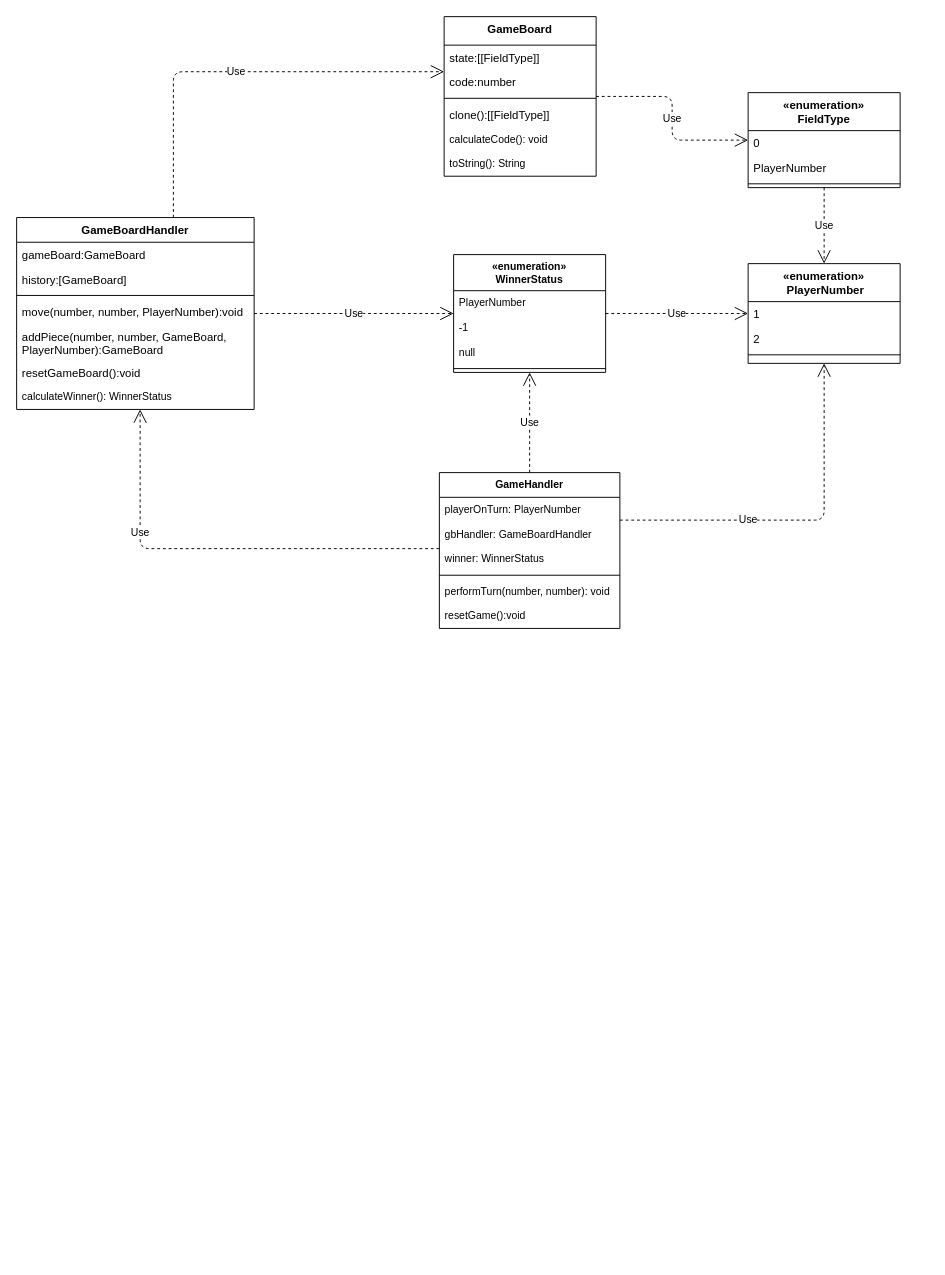
This is ProductBacklog/Klassendiagramme/Aktuell.drawio from idlaviV/TIKTacToe, a draw.io file, before an edit. Source tidied: cells renumbered, new cells numbered last; positions are measured from the earlier drawing's top-left corner, leaving out a move shared by most shapes. Both pictures are drawn from the tidied source at 95%, with x=0, y=0 at pixel (16, 16).
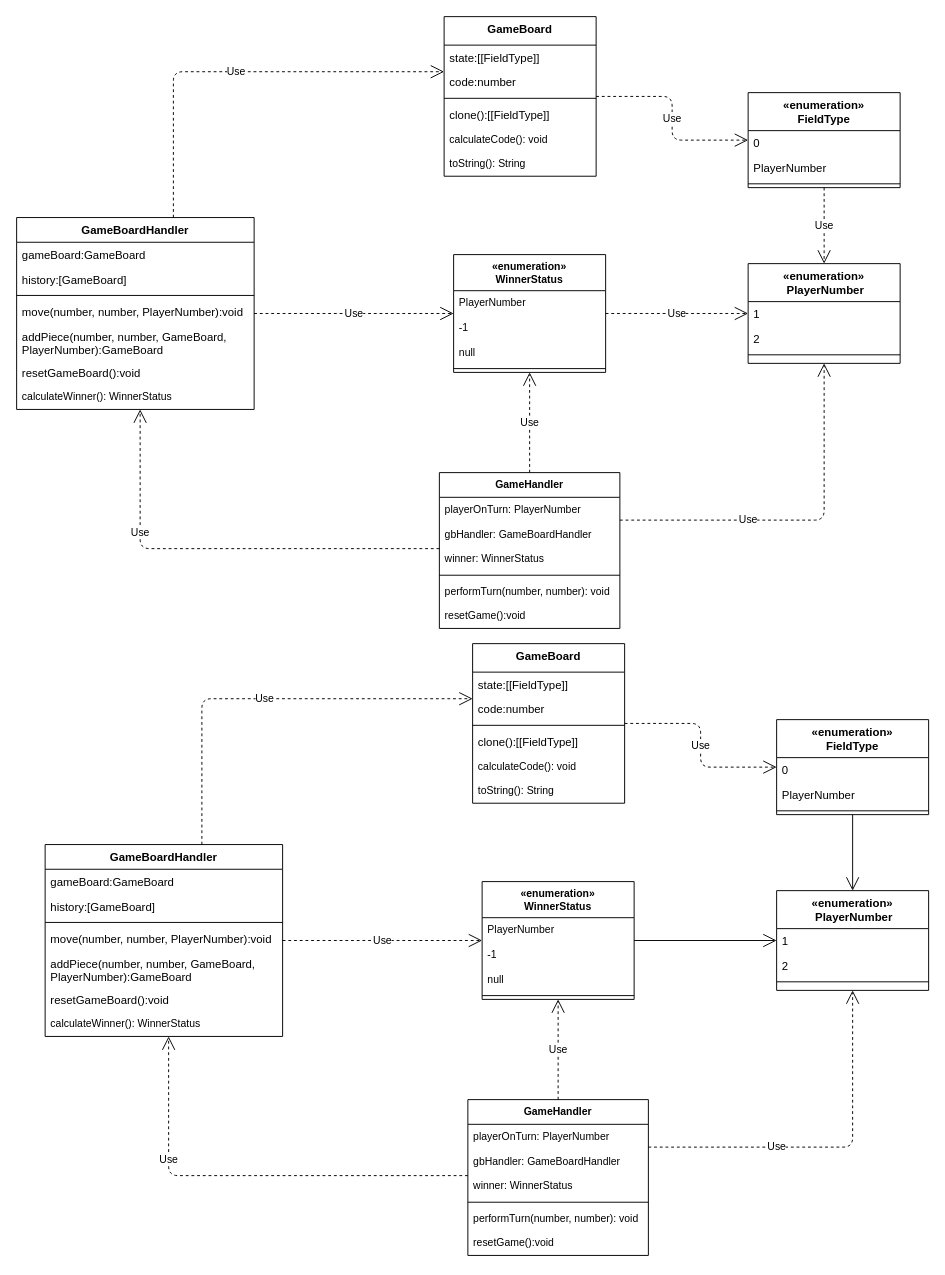
Above is the later version.

The edit, as a diff of the source:
```diff
@@
+    <mxCell id="45" value="GameBoard" style="swimlane;fontStyle=1;align=center;verticalAlign=top;horizontal=1;startSize=30;rounded=0;shadow=0;strokeWidth=1;" parent="1" vertex="1">
+      <mxGeometry x="480" y="660" width="160" height="168" as="geometry" />
+    </mxCell>
+    <mxCell id="46" value="state:[[FieldType]]" style="text;align=left;verticalAlign=top;spacingLeft=4;spacingRight=4;overflow=hidden;" parent="45" vertex="1">
+      <mxGeometry y="30" width="160" height="26" as="geometry" />
+    </mxCell>
+    <mxCell id="47" value="code:number" style="text;align=left;verticalAlign=top;spacingLeft=4;spacingRight=4;overflow=hidden;rounded=0;shadow=0;html=0;" parent="45" vertex="1">
+      <mxGeometry y="56" width="160" height="26" as="geometry" />
+    </mxCell>
+    <mxCell id="48" style="line;html=1;strokeWidth=1;align=left;verticalAlign=middle;spacingTop=-1;spacingLeft=3;spacingRight=3;labelPosition=right;" parent="45" vertex="1">
+      <mxGeometry y="82" width="160" height="8" as="geometry" />
+    </mxCell>
+    <mxCell id="49" value="clone():[[FieldType]]" style="text;align=left;verticalAlign=top;spacingLeft=4;spacingRight=4;overflow=hidden;fontStyle=0;" parent="45" vertex="1">
+      <mxGeometry y="90" width="160" height="26" as="geometry" />
+    </mxCell>
+    <mxCell id="50" value="calculateCode(): void" style="text;strokeColor=none;fillColor=none;align=left;verticalAlign=top;spacingLeft=4;spacingRight=4;overflow=hidden;fontFamily=Helvetica;fontSize=11;fontColor=default;" parent="45" vertex="1">
+      <mxGeometry y="116" width="160" height="26" as="geometry" />
+    </mxCell>
+    <mxCell id="51" value="toString(): String" style="text;strokeColor=none;fillColor=none;align=left;verticalAlign=top;spacingLeft=4;spacingRight=4;overflow=hidden;fontFamily=Helvetica;fontSize=11;fontColor=default;" parent="45" vertex="1">
+      <mxGeometry y="142" width="160" height="26" as="geometry" />
+    </mxCell>
@@
+    <mxCell id="52" value="GameBoardHandler" style="swimlane;fontStyle=1;align=center;verticalAlign=top;horizontal=1;startSize=26;rounded=0;shadow=0;strokeWidth=1;" parent="1" vertex="1">
+      <mxGeometry x="30" y="871.5" width="250" height="202" as="geometry" />
+    </mxCell>
+    <mxCell id="53" value="gameBoard:GameBoard" style="text;align=left;verticalAlign=top;spacingLeft=4;spacingRight=4;overflow=hidden;" parent="52" vertex="1">
+      <mxGeometry y="26" width="250" height="26" as="geometry" />
+    </mxCell>
+    <mxCell id="54" value="history:[GameBoard]" style="text;align=left;verticalAlign=top;spacingLeft=4;spacingRight=4;overflow=hidden;rounded=0;shadow=0;html=0;" parent="52" vertex="1">
+      <mxGeometry y="52" width="250" height="26" as="geometry" />
+    </mxCell>
+    <mxCell id="55" style="line;html=1;strokeWidth=1;align=left;verticalAlign=middle;spacingTop=-1;spacingLeft=3;spacingRight=3;labelPosition=right;" parent="52" vertex="1">
+      <mxGeometry y="78" width="250" height="8" as="geometry" />
+    </mxCell>
+    <mxCell id="56" value="move(number, number, PlayerNumber):void" style="text;align=left;verticalAlign=top;spacingLeft=4;spacingRight=4;overflow=hidden;fontStyle=0;" parent="52" vertex="1">
+      <mxGeometry y="86" width="250" height="26" as="geometry" />
+    </mxCell>
+    <mxCell id="57" value="addPiece(number, number, GameBoard, &#10;PlayerNumber):GameBoard" style="text;strokeColor=none;fillColor=none;align=left;verticalAlign=top;spacingLeft=4;spacingRight=4;overflow=hidden;" parent="52" vertex="1">
+      <mxGeometry y="112" width="250" height="38" as="geometry" />
+    </mxCell>
+    <mxCell id="58" value="resetGameBoard():void" style="text;strokeColor=none;fillColor=none;align=left;verticalAlign=top;spacingLeft=4;spacingRight=4;overflow=hidden;" parent="52" vertex="1">
+      <mxGeometry y="150" width="250" height="26" as="geometry" />
+    </mxCell>
+    <mxCell id="59" value="calculateWinner(): WinnerStatus" style="text;strokeColor=none;fillColor=none;align=left;verticalAlign=top;spacingLeft=4;spacingRight=4;overflow=hidden;fontFamily=Helvetica;fontSize=11;fontColor=default;" parent="52" vertex="1">
+      <mxGeometry y="176" width="250" height="26" as="geometry" />
+    </mxCell>
@@
+    <mxCell id="60" value="«enumeration»&#10; PlayerNumber" style="swimlane;fontStyle=1;align=center;verticalAlign=top;horizontal=1;startSize=40;rounded=0;shadow=0;strokeWidth=1;" parent="1" vertex="1">
+      <mxGeometry x="800" y="920" width="160" height="105" as="geometry" />
+    </mxCell>
+    <mxCell id="61" value="1" style="text;align=left;verticalAlign=top;spacingLeft=4;spacingRight=4;overflow=hidden;" parent="60" vertex="1">
+      <mxGeometry y="40" width="160" height="26" as="geometry" />
+    </mxCell>
+    <mxCell id="62" value="2" style="text;align=left;verticalAlign=top;spacingLeft=4;spacingRight=4;overflow=hidden;rounded=0;shadow=0;html=0;" parent="60" vertex="1">
+      <mxGeometry y="66" width="160" height="26" as="geometry" />
+    </mxCell>
+    <mxCell id="63" style="line;html=1;strokeWidth=1;align=left;verticalAlign=middle;spacingTop=-1;spacingLeft=3;spacingRight=3;labelPosition=right;" parent="60" vertex="1">
+      <mxGeometry y="92" width="160" height="8" as="geometry" />
+    </mxCell>
@@
+    <mxCell id="64" value="«enumeration»&#10;FieldType" style="swimlane;fontStyle=1;align=center;verticalAlign=top;horizontal=1;startSize=40;" parent="1" vertex="1">
+      <mxGeometry x="800" y="740" width="160" height="100" as="geometry" />
+    </mxCell>
+    <mxCell id="65" value="0" style="text;strokeColor=none;fillColor=none;align=left;verticalAlign=top;spacingLeft=4;spacingRight=4;overflow=hidden;" parent="64" vertex="1">
+      <mxGeometry y="40" width="160" height="26" as="geometry" />
+    </mxCell>
+    <mxCell id="66" value="PlayerNumber" style="text;strokeColor=none;fillColor=none;align=left;verticalAlign=top;spacingLeft=4;spacingRight=4;overflow=hidden;" parent="64" vertex="1">
+      <mxGeometry y="66" width="160" height="26" as="geometry" />
+    </mxCell>
+    <mxCell id="67" style="line;strokeWidth=1;fillColor=none;align=left;verticalAlign=middle;spacingTop=-1;spacingLeft=3;spacingRight=3;labelPosition=right;strokeColor=inherit;" parent="64" vertex="1">
+      <mxGeometry y="92" width="160" height="8" as="geometry" />
+    </mxCell>
@@
+    <mxCell id="68" value="Use" style="endArrow=open;endSize=12;dashed=1;html=1;edgeStyle=orthogonalEdgeStyle;" parent="1" edge="1" source="52" target="45">
+      <mxGeometry relative="1" as="geometry">
+        <Array as="points">
+          <mxPoint x="195" y="718" />
+        </Array>
+      </mxGeometry>
+    </mxCell>
@@
+    <mxCell id="69" value="Use" style="endArrow=open;endSize=12;dashed=1;html=1;edgeStyle=orthogonalEdgeStyle;" parent="1" edge="1" source="45" target="64">
+      <mxGeometry relative="1" as="geometry" />
+    </mxCell>
@@
+    <mxCell id="70" style="endArrow=open;endSize=12;html=1;edgeStyle=orthogonalEdgeStyle;" parent="1" edge="1" source="64" target="60">
+      <mxGeometry relative="1" as="geometry" />
+    </mxCell>
@@
+    <mxCell id="71" value="«enumeration»&#10;WinnerStatus" style="swimlane;fontStyle=1;align=center;verticalAlign=top;horizontal=1;startSize=38;fontFamily=Helvetica;fontSize=11;fontColor=default;" parent="1" vertex="1">
+      <mxGeometry x="490" y="910.5" width="160" height="124" as="geometry" />
+    </mxCell>
+    <mxCell id="72" value="PlayerNumber" style="text;strokeColor=none;fillColor=none;align=left;verticalAlign=top;spacingLeft=4;spacingRight=4;overflow=hidden;fontFamily=Helvetica;fontSize=11;fontColor=default;" parent="71" vertex="1">
+      <mxGeometry y="38" width="160" height="26" as="geometry" />
+    </mxCell>
+    <mxCell id="73" value="-1" style="text;strokeColor=none;fillColor=none;align=left;verticalAlign=top;spacingLeft=4;spacingRight=4;overflow=hidden;fontFamily=Helvetica;fontSize=11;fontColor=default;" parent="71" vertex="1">
+      <mxGeometry y="64" width="160" height="26" as="geometry" />
+    </mxCell>
+    <mxCell id="74" value="null" style="text;strokeColor=none;fillColor=none;align=left;verticalAlign=top;spacingLeft=4;spacingRight=4;overflow=hidden;fontFamily=Helvetica;fontSize=11;fontColor=default;" parent="71" vertex="1">
+      <mxGeometry y="90" width="160" height="26" as="geometry" />
+    </mxCell>
+    <mxCell id="75" style="line;strokeWidth=1;fillColor=none;align=left;verticalAlign=middle;spacingTop=-1;spacingLeft=3;spacingRight=3;labelPosition=right;strokeColor=inherit;fontFamily=Helvetica;fontSize=11;fontColor=default;" parent="71" vertex="1">
+      <mxGeometry y="116" width="160" height="8" as="geometry" />
+    </mxCell>
@@
+    <mxCell id="76" value="Use" style="endArrow=open;endSize=12;dashed=1;html=1;rounded=1;labelBackgroundColor=default;strokeColor=default;fontFamily=Helvetica;fontSize=11;fontColor=default;shape=connector;edgeStyle=elbowEdgeStyle;" parent="1" edge="1" source="52" target="71">
+      <mxGeometry relative="1" as="geometry" />
+    </mxCell>
@@
+    <mxCell id="77" style="endArrow=open;endSize=12;html=1;rounded=1;labelBackgroundColor=default;strokeColor=default;fontFamily=Helvetica;fontSize=11;fontColor=default;shape=connector;" parent="1" edge="1" source="71" target="60">
+      <mxGeometry relative="1" as="geometry" />
+    </mxCell>
+    <mxCell id="78" value="GameHandler" style="swimlane;fontStyle=1;align=center;verticalAlign=top;horizontal=1;startSize=26;fontFamily=Helvetica;fontSize=11;fontColor=default;" parent="1" vertex="1">
+      <mxGeometry x="475" y="1140" width="190" height="164" as="geometry" />
+    </mxCell>
+    <mxCell id="79" value="playerOnTurn: PlayerNumber" style="text;strokeColor=none;fillColor=none;align=left;verticalAlign=top;spacingLeft=4;spacingRight=4;overflow=hidden;fontFamily=Helvetica;fontSize=11;fontColor=default;" parent="78" vertex="1">
+      <mxGeometry y="26" width="190" height="26" as="geometry" />
+    </mxCell>
+    <mxCell id="80" value="gbHandler: GameBoardHandler" style="text;strokeColor=none;fillColor=none;align=left;verticalAlign=top;spacingLeft=4;spacingRight=4;overflow=hidden;fontFamily=Helvetica;fontSize=11;fontColor=default;" parent="78" vertex="1">
+      <mxGeometry y="52" width="190" height="26" as="geometry" />
+    </mxCell>
+    <mxCell id="81" value="winner: WinnerStatus" style="text;strokeColor=none;fillColor=none;align=left;verticalAlign=top;spacingLeft=4;spacingRight=4;overflow=hidden;fontFamily=Helvetica;fontSize=11;fontColor=default;" parent="78" vertex="1">
+      <mxGeometry y="78" width="190" height="26" as="geometry" />
+    </mxCell>
+    <mxCell id="82" style="line;strokeWidth=1;fillColor=none;align=left;verticalAlign=middle;spacingTop=-1;spacingLeft=3;spacingRight=3;labelPosition=right;strokeColor=inherit;fontFamily=Helvetica;fontSize=11;fontColor=default;" parent="78" vertex="1">
+      <mxGeometry y="104" width="190" height="8" as="geometry" />
+    </mxCell>
+    <mxCell id="83" value="performTurn(number, number): void" style="text;strokeColor=none;fillColor=none;align=left;verticalAlign=top;spacingLeft=4;spacingRight=4;overflow=hidden;fontFamily=Helvetica;fontSize=11;fontColor=default;" parent="78" vertex="1">
+      <mxGeometry y="112" width="190" height="26" as="geometry" />
+    </mxCell>
+    <mxCell id="84" value="resetGame():void" style="text;strokeColor=none;fillColor=none;align=left;verticalAlign=top;spacingLeft=4;spacingRight=4;overflow=hidden;fontFamily=Helvetica;fontSize=11;fontColor=default;" parent="78" vertex="1">
+      <mxGeometry y="138" width="190" height="26" as="geometry" />
+    </mxCell>
+    <mxCell id="85" value="Use" style="endArrow=open;endSize=12;dashed=1;html=1;rounded=1;labelBackgroundColor=default;strokeColor=default;fontFamily=Helvetica;fontSize=11;fontColor=default;shape=connector;edgeStyle=elbowEdgeStyle;" parent="1" edge="1" source="78" target="52">
+      <mxGeometry x="0.44" relative="1" as="geometry">
+        <Array as="points">
+          <mxPoint x="160" y="1220" />
+        </Array>
+      </mxGeometry>
+    </mxCell>
+    <mxCell id="86" value="Use" style="endArrow=open;endSize=12;dashed=1;html=1;rounded=1;labelBackgroundColor=default;strokeColor=default;fontFamily=Helvetica;fontSize=11;fontColor=default;shape=connector;" parent="1" edge="1" source="78" target="71">
+      <mxGeometry relative="1" as="geometry" />
+    </mxCell>
+    <mxCell id="87" value="Use" style="endArrow=open;endSize=12;dashed=1;html=1;rounded=1;labelBackgroundColor=default;strokeColor=default;fontFamily=Helvetica;fontSize=11;fontColor=default;shape=connector;edgeStyle=elbowEdgeStyle;" parent="1" edge="1" source="78" target="60">
+      <mxGeometry x="-0.29" relative="1" as="geometry">
+        <Array as="points">
+          <mxPoint x="880" y="1190" />
+        </Array>
+      </mxGeometry>
+    </mxCell>
```
